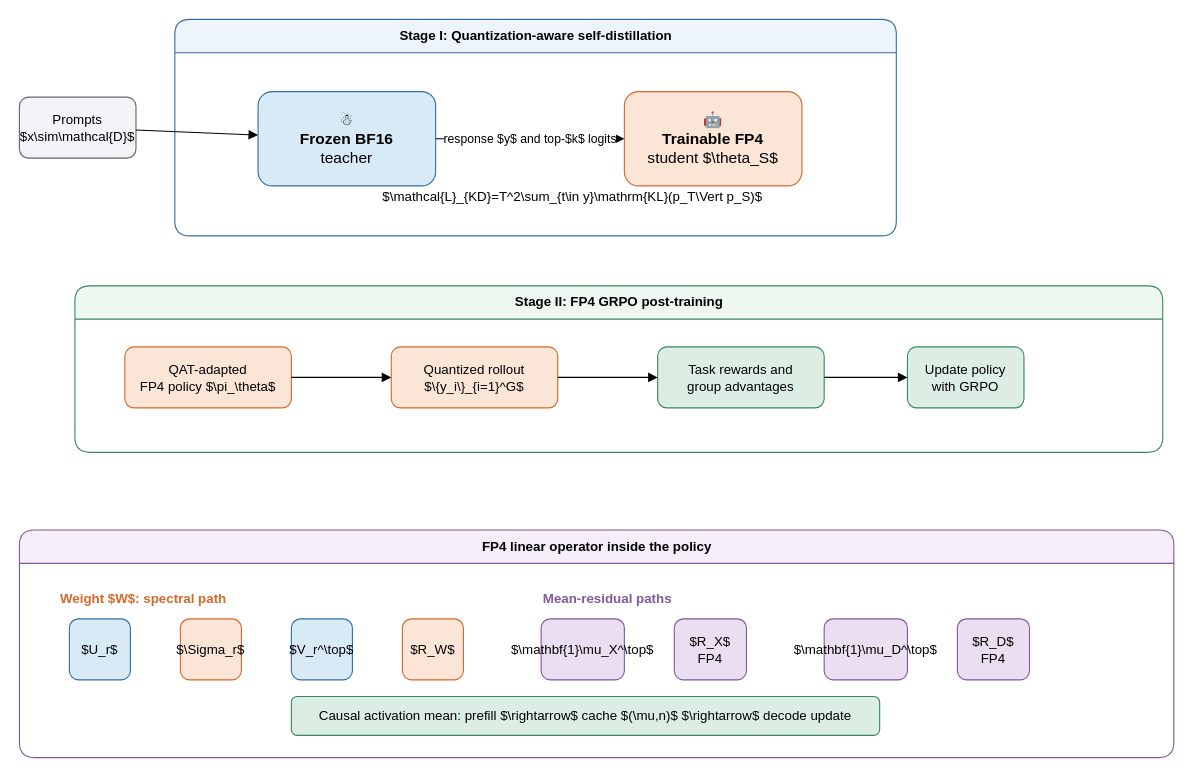
The draw.io diagram AuthorKit27/Figures/fp4_post_training_pipeline.drawio in decisivemoments/fp4-post, before the edit. Source tidied: cells renumbered, new cells numbered last; positions are measured from the earlier drawing's top-left corner, leaving out a move shared by most shapes. Both pictures are drawn from the tidied source at 111%, with x=0, y=0 at pixel (19, 19).
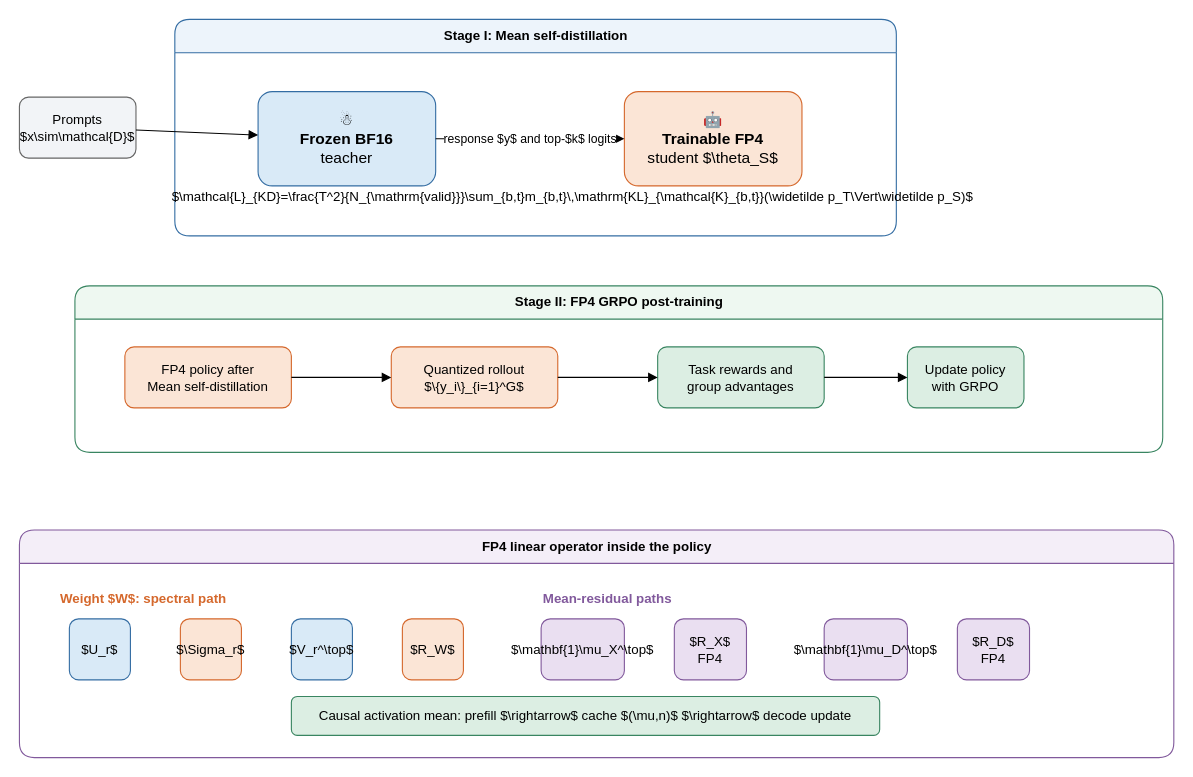
The same diagram, later.

Commit message (it also covers changes not shown here):
docs: standardize NVFP4 terminology and update figures

The change refers to these unchanged cells:
```xml
<mxCell id="7" value="Stage II: FP4 GRPO post-training" style="swimlane;rounded=1;html=1;fillColor=#eef8f1;strokeColor=#398561;fontStyle=1;horizontal=1;startSize=30;" parent="1" vertex="1">
  <mxGeometry x="50" y="240" width="980" height="150" as="geometry" />
</mxCell>
```

What changed in the source:
```diff
@@
-    <mxCell id="2" value="Stage I: Quantization-aware self-distillation" style="swimlane;rounded=1;html=1;fillColor=#edf4fb;strokeColor=#346da3;fontStyle=1;horizontal=1;startSize=30;" parent="1" vertex="1">
-      <mxGeometry x="140" width="650" height="195" as="geometry" />
-    </mxCell>
+    <mxCell id="29" value="Stage I: Mean self-distillation" style="swimlane;rounded=1;html=1;fillColor=#edf4fb;strokeColor=#346da3;fontStyle=1;horizontal=1;startSize=30;" parent="1" vertex="1">
+      <mxGeometry x="140" width="650" height="195" as="geometry" />
+    </mxCell>
@@
-    <mxCell id="4" value="☃&lt;br&gt;&lt;b&gt;Frozen BF16&lt;/b&gt;&lt;br&gt;teacher" style="rounded=1;whiteSpace=wrap;html=1;fillColor=#d9eaf7;strokeColor=#346da3;fontSize=14;" parent="2" vertex="1">
+    <mxCell id="4" value="☃&lt;br&gt;&lt;b&gt;Frozen BF16&lt;/b&gt;&lt;br&gt;teacher" style="rounded=1;whiteSpace=wrap;html=1;fillColor=#d9eaf7;strokeColor=#346da3;fontSize=14;" parent="29" vertex="1">
       <mxGeometry x="75" y="65" width="160" height="85" as="geometry" />
     </mxCell>
-    <mxCell id="5" value="🤖&lt;br&gt;&lt;b&gt;Trainable FP4&lt;/b&gt;&lt;br&gt;student $\theta_S$" style="rounded=1;whiteSpace=wrap;html=1;fillColor=#fbe5d6;strokeColor=#d5682c;fontSize=14;" parent="2" vertex="1">
+    <mxCell id="5" value="🤖&lt;br&gt;&lt;b&gt;Trainable FP4&lt;/b&gt;&lt;br&gt;student $\theta_S$" style="rounded=1;whiteSpace=wrap;html=1;fillColor=#fbe5d6;strokeColor=#d5682c;fontSize=14;" parent="29" vertex="1">
       <mxGeometry x="405" y="65" width="160" height="85" as="geometry" />
     </mxCell>
-    <mxCell id="6" value="$\mathcal{L}_{KD}=T^2\sum_{t\in y}\mathrm{KL}(p_T\Vert p_S)$" style="text;html=1;align=center;verticalAlign=middle;" parent="2" vertex="1">
-      <mxGeometry x="235" y="145" width="245" height="30" as="geometry" />
+    <mxCell id="6" value="$\mathcal{L}_{KD}=\frac{T^2}{N_{\mathrm{valid}}}\sum_{b,t}m_{b,t}\,\mathrm{KL}_{\mathcal{K}_{b,t}}(\widetilde p_T\Vert\widetilde p_S)$" style="text;html=1;align=center;verticalAlign=middle;" parent="29" vertex="1">
+      <mxGeometry x="215" y="145" width="285" height="30" as="geometry" />
     </mxCell>
@@
-    <mxCell id="8" value="QAT-adapted&lt;br&gt;FP4 policy $\pi_\theta$" style="rounded=1;whiteSpace=wrap;html=1;fillColor=#fbe5d6;strokeColor=#d5682c;" parent="7" vertex="1">
+    <mxCell id="8" value="FP4 policy after&lt;br&gt;Mean self-distillation" style="rounded=1;whiteSpace=wrap;html=1;fillColor=#fbe5d6;strokeColor=#d5682c;" parent="7" vertex="1">
       <mxGeometry x="45" y="55" width="150" height="55" as="geometry" />
     </mxCell>
@@
-    <mxCell id="25" value="response $y$ and top-$k$ logits" style="endArrow=block;html=1;rounded=0;" parent="2" edge="1" source="4" target="5">
+    <mxCell id="25" value="response $y$ and top-$k$ logits" style="endArrow=block;html=1;rounded=0;" parent="29" edge="1" source="4" target="5">
       <mxGeometry relative="1" as="geometry" />
     </mxCell>
```
